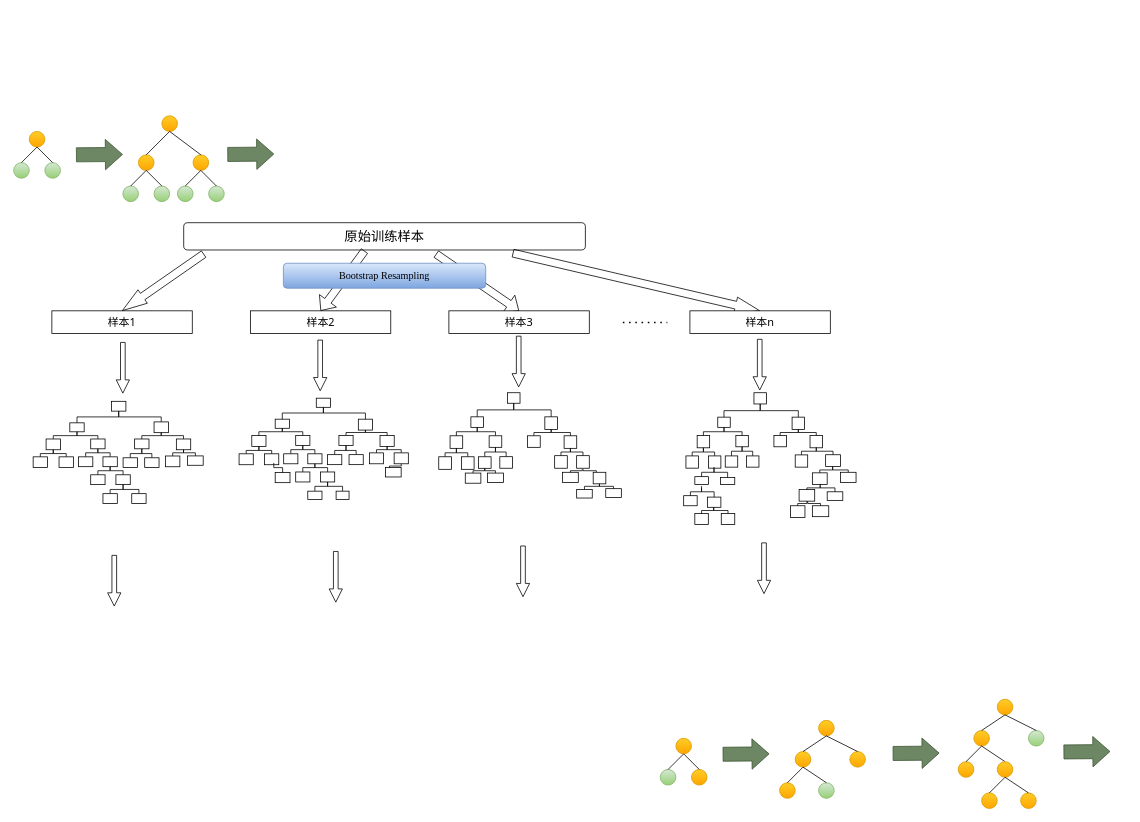
Before: tree_growth.drawio in ch725/Homework, a draw.io diagram. Source tidied: cells renumbered, new cells numbered last; positions are measured from the earlier drawing's top-left corner, leaving out a move shared by most shapes. Both pictures are drawn from the tidied source at 78%, with x=0, y=0 at pixel (13, 115).
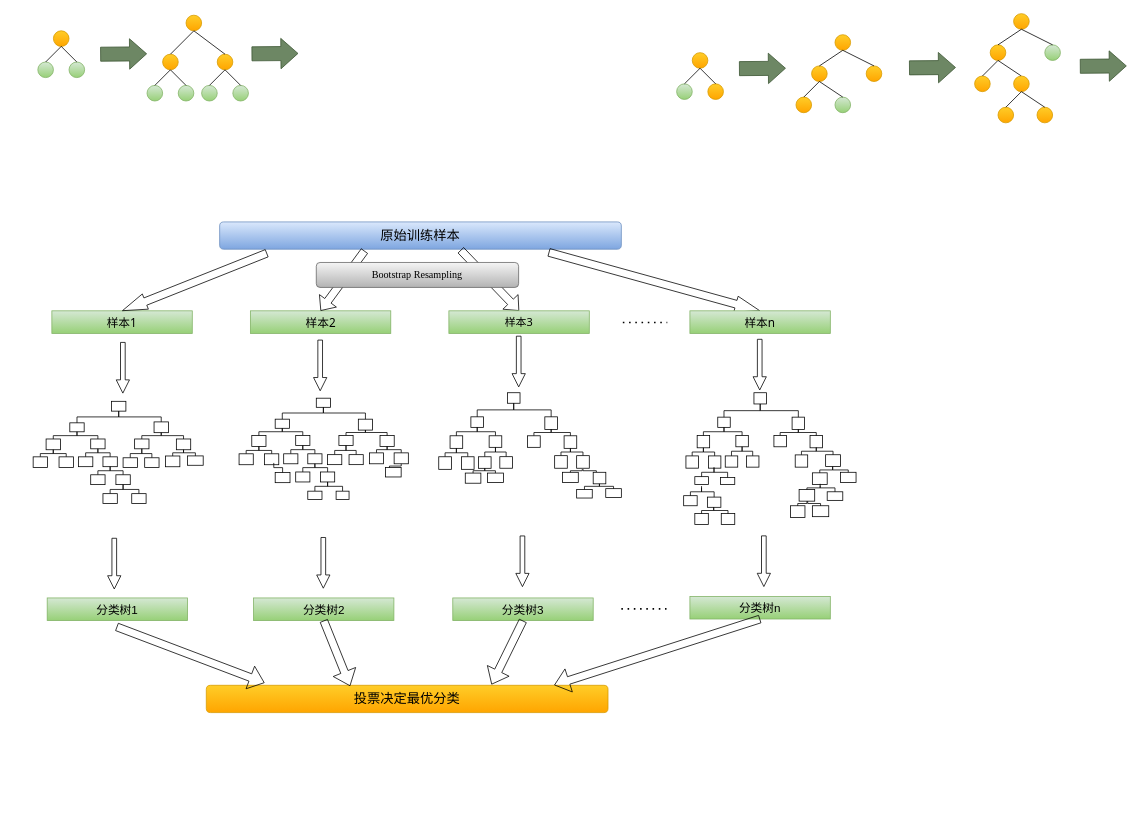
After the change.

Unchanged cells that the change refers to:
```xml
<mxCell id="186" style="group;" parent="1" vertex="1">
  <mxGeometry x="848" y="354" width="227" height="246" as="geometry" />
</mxCell>
```

Change to the diagram source:
```diff
@@
     <mxCell id="2" style="ellipse;whiteSpace=wrap;html=1;fillColor=#ffcd28;strokeColor=#d79b00;gradientColor=#ffa500;" parent="1" vertex="1">
-      <mxGeometry x="20" y="20" width="20" height="20" as="geometry" />
+      <mxGeometry x="51" y="-109" width="20" height="20" as="geometry" />
     </mxCell>
     <mxCell id="3" style="ellipse;whiteSpace=wrap;html=1;fillColor=#d5e8d4;strokeColor=#82b366;gradientColor=#97d077;" parent="1" vertex="1">
-      <mxGeometry y="60" width="20" height="20" as="geometry" />
+      <mxGeometry x="31" y="-69" width="20" height="20" as="geometry" />
     </mxCell>
     <mxCell id="4" style="ellipse;whiteSpace=wrap;html=1;fillColor=#d5e8d4;strokeColor=#82b366;gradientColor=#97d077;" parent="1" vertex="1">
-      <mxGeometry x="40" y="60" width="20" height="20" as="geometry" />
+      <mxGeometry x="71" y="-69" width="20" height="20" as="geometry" />
     </mxCell>
@@
     <mxCell id="7" style="ellipse;whiteSpace=wrap;html=1;fillColor=#ffcd28;strokeColor=#d79b00;gradientColor=#ffa500;" parent="1" vertex="1">
-      <mxGeometry x="190" width="20" height="20" as="geometry" />
+      <mxGeometry x="221" y="-129" width="20" height="20" as="geometry" />
     </mxCell>
     <mxCell id="8" style="ellipse;whiteSpace=wrap;html=1;fillColor=#ffcd28;strokeColor=#d79b00;gradientColor=#ffa500;" parent="1" vertex="1">
-      <mxGeometry x="230" y="50" width="20" height="20" as="geometry" />
+      <mxGeometry x="261" y="-79" width="20" height="20" as="geometry" />
     </mxCell>
     <mxCell id="9" style="ellipse;whiteSpace=wrap;html=1;fillColor=#ffcd28;strokeColor=#d79b00;gradientColor=#ffa500;" parent="1" vertex="1">
-      <mxGeometry x="160" y="50" width="20" height="20" as="geometry" />
+      <mxGeometry x="191" y="-79" width="20" height="20" as="geometry" />
     </mxCell>
     <mxCell id="10" style="ellipse;whiteSpace=wrap;html=1;fillColor=#d5e8d4;strokeColor=#82b366;gradientColor=#97d077;" parent="1" vertex="1">
-      <mxGeometry x="140" y="90" width="20" height="20" as="geometry" />
+      <mxGeometry x="171" y="-39" width="20" height="20" as="geometry" />
     </mxCell>
     <mxCell id="11" style="ellipse;whiteSpace=wrap;html=1;fillColor=#d5e8d4;strokeColor=#82b366;gradientColor=#97d077;" parent="1" vertex="1">
-      <mxGeometry x="180" y="90" width="20" height="20" as="geometry" />
+      <mxGeometry x="211" y="-39" width="20" height="20" as="geometry" />
     </mxCell>
     <mxCell id="12" style="ellipse;whiteSpace=wrap;html=1;fillColor=#d5e8d4;strokeColor=#82b366;gradientColor=#97d077;" parent="1" vertex="1">
-      <mxGeometry x="210" y="90" width="20" height="20" as="geometry" />
+      <mxGeometry x="241" y="-39" width="20" height="20" as="geometry" />
     </mxCell>
     <mxCell id="13" style="ellipse;whiteSpace=wrap;html=1;fillColor=#d5e8d4;strokeColor=#82b366;gradientColor=#97d077;" parent="1" vertex="1">
-      <mxGeometry x="250" y="90" width="20" height="20" as="geometry" />
+      <mxGeometry x="281" y="-39" width="20" height="20" as="geometry" />
     </mxCell>
@@
     <mxCell id="20" style="shape=flexArrow;endArrow=classic;html=1;width=18;endSize=6.97;fillColor=#6d8764;strokeColor=#3A5431;" parent="1" edge="1">
       <mxGeometry relative="1" as="geometry">
-        <mxPoint x="274" y="49.5" as="sourcePoint" />
-        <mxPoint x="334" y="49" as="targetPoint" />
+        <mxPoint x="305" y="-79.5" as="sourcePoint" />
+        <mxPoint x="365" y="-80" as="targetPoint" />
       </mxGeometry>
     </mxCell>
     <mxCell id="21" style="shape=flexArrow;endArrow=classic;html=1;width=18;endSize=6.97;fillColor=#6d8764;strokeColor=#3A5431;" parent="1" edge="1">
       <mxGeometry relative="1" as="geometry">
-        <mxPoint x="80" y="50" as="sourcePoint" />
-        <mxPoint x="140" y="49.5" as="targetPoint" />
+        <mxPoint x="111" y="-79" as="sourcePoint" />
+        <mxPoint x="171" y="-79.5" as="targetPoint" />
       </mxGeometry>
     </mxCell>
     <mxCell id="22" style="ellipse;whiteSpace=wrap;html=1;fillColor=#ffcd28;strokeColor=#d79b00;gradientColor=#ffa500;" parent="1" vertex="1">
-      <mxGeometry x="849" y="798" width="20" height="20" as="geometry" />
+      <mxGeometry x="870" y="-81" width="20" height="20" as="geometry" />
     </mxCell>
     <mxCell id="23" style="ellipse;whiteSpace=wrap;html=1;fillColor=#d5e8d4;strokeColor=#82b366;gradientColor=#97d077;" parent="1" vertex="1">
-      <mxGeometry x="829" y="838" width="20" height="20" as="geometry" />
+      <mxGeometry x="850" y="-41" width="20" height="20" as="geometry" />
     </mxCell>
     <mxCell id="24" style="ellipse;whiteSpace=wrap;html=1;fillColor=#ffcd28;strokeColor=#d79b00;gradientColor=#ffa500;" parent="1" vertex="1">
-      <mxGeometry x="869" y="838" width="20" height="20" as="geometry" />
+      <mxGeometry x="890" y="-41" width="20" height="20" as="geometry" />
     </mxCell>
@@
     <mxCell id="27" style="ellipse;whiteSpace=wrap;html=1;fillColor=#ffcd28;strokeColor=#d79b00;gradientColor=#ffa500;" parent="1" vertex="1">
-      <mxGeometry x="1032" y="775" width="20" height="20" as="geometry" />
+      <mxGeometry x="1053" y="-104" width="20" height="20" as="geometry" />
     </mxCell>
     <mxCell id="28" style="ellipse;whiteSpace=wrap;html=1;fillColor=#ffcd28;strokeColor=#d79b00;gradientColor=#ffa500;" parent="1" vertex="1">
-      <mxGeometry x="1072" y="815" width="20" height="20" as="geometry" />
+      <mxGeometry x="1093" y="-64" width="20" height="20" as="geometry" />
     </mxCell>
     <mxCell id="29" style="ellipse;whiteSpace=wrap;html=1;fillColor=#ffcd28;strokeColor=#d79b00;gradientColor=#ffa500;" parent="1" vertex="1">
-      <mxGeometry x="1002" y="815" width="20" height="20" as="geometry" />
+      <mxGeometry x="1023" y="-64" width="20" height="20" as="geometry" />
     </mxCell>
     <mxCell id="30" style="ellipse;whiteSpace=wrap;html=1;fillColor=#ffcd28;strokeColor=#d79b00;gradientColor=#ffa500;" parent="1" vertex="1">
-      <mxGeometry x="982" y="855" width="20" height="20" as="geometry" />
+      <mxGeometry x="1003" y="-24" width="20" height="20" as="geometry" />
     </mxCell>
     <mxCell id="31" style="ellipse;whiteSpace=wrap;html=1;fillColor=#d5e8d4;strokeColor=#82b366;gradientColor=#97d077;" parent="1" vertex="1">
-      <mxGeometry x="1032" y="855" width="20" height="20" as="geometry" />
+      <mxGeometry x="1053" y="-24" width="20" height="20" as="geometry" />
     </mxCell>
@@
     <mxCell id="36" style="ellipse;whiteSpace=wrap;html=1;fillColor=#ffcd28;strokeColor=#d79b00;gradientColor=#ffa500;" parent="1" vertex="1">
-      <mxGeometry x="1261" y="748" width="20" height="20" as="geometry" />
+      <mxGeometry x="1282" y="-131" width="20" height="20" as="geometry" />
     </mxCell>
     <mxCell id="37" style="ellipse;fillColor=#d5e8d4;strokeColor=#82b366;gradientColor=#97d077;html=1;whiteSpace=wrap;" parent="1" vertex="1">
-      <mxGeometry x="1301" y="788" width="20" height="20" as="geometry" />
+      <mxGeometry x="1322" y="-91" width="20" height="20" as="geometry" />
     </mxCell>
     <mxCell id="38" style="ellipse;whiteSpace=wrap;html=1;fillColor=#ffcd28;strokeColor=#d79b00;gradientColor=#ffa500;" parent="1" vertex="1">
-      <mxGeometry x="1231" y="788" width="20" height="20" as="geometry" />
+      <mxGeometry x="1252" y="-91" width="20" height="20" as="geometry" />
     </mxCell>
     <mxCell id="39" style="ellipse;whiteSpace=wrap;html=1;fillColor=#ffcd28;strokeColor=#d79b00;gradientColor=#ffa500;" parent="1" vertex="1">
-      <mxGeometry x="1211" y="828" width="20" height="20" as="geometry" />
+      <mxGeometry x="1232" y="-51" width="20" height="20" as="geometry" />
     </mxCell>
@@
     <mxCell id="44" style="ellipse;whiteSpace=wrap;html=1;fillColor=#ffcd28;strokeColor=#d79b00;gradientColor=#ffa500;" parent="1" vertex="1">
-      <mxGeometry x="1261" y="828" width="20" height="20" as="geometry" />
+      <mxGeometry x="1282" y="-51" width="20" height="20" as="geometry" />
     </mxCell>
     <mxCell id="45" style="ellipse;whiteSpace=wrap;html=1;fillColor=#ffcd28;strokeColor=#d79b00;gradientColor=#ffa500;" parent="1" vertex="1">
-      <mxGeometry x="1241" y="868" width="20" height="20" as="geometry" />
+      <mxGeometry x="1262" y="-11" width="20" height="20" as="geometry" />
     </mxCell>
     <mxCell id="46" style="ellipse;whiteSpace=wrap;html=1;fillColor=#ffcd28;strokeColor=#d79b00;gradientColor=#ffa500;" parent="1" vertex="1">
-      <mxGeometry x="1291" y="868" width="20" height="20" as="geometry" />
+      <mxGeometry x="1312" y="-11" width="20" height="20" as="geometry" />
     </mxCell>
@@
     <mxCell id="49" style="shape=flexArrow;endArrow=classic;html=1;width=18;endSize=6.97;fillColor=#6d8764;strokeColor=#3A5431;" parent="1" edge="1">
       <mxGeometry relative="1" as="geometry">
-        <mxPoint x="909" y="818.5" as="sourcePoint" />
-        <mxPoint x="969" y="818" as="targetPoint" />
+        <mxPoint x="930" y="-60.5" as="sourcePoint" />
+        <mxPoint x="990" y="-61" as="targetPoint" />
       </mxGeometry>
     </mxCell>
     <mxCell id="50" style="shape=flexArrow;endArrow=classic;html=1;width=18;endSize=6.97;fillColor=#6d8764;strokeColor=#3A5431;" parent="1" edge="1">
       <mxGeometry relative="1" as="geometry">
-        <mxPoint x="1127" y="817.5" as="sourcePoint" />
-        <mxPoint x="1187" y="817" as="targetPoint" />
+        <mxPoint x="1148" y="-61.5" as="sourcePoint" />
+        <mxPoint x="1208" y="-62" as="targetPoint" />
       </mxGeometry>
     </mxCell>
     <mxCell id="51" style="shape=flexArrow;endArrow=classic;html=1;width=18;endSize=6.97;fillColor=#6d8764;strokeColor=#3A5431;" parent="1" edge="1">
       <mxGeometry relative="1" as="geometry">
-        <mxPoint x="1346" y="815.5" as="sourcePoint" />
-        <mxPoint x="1406" y="815" as="targetPoint" />
+        <mxPoint x="1367" y="-63.5" as="sourcePoint" />
+        <mxPoint x="1427" y="-64" as="targetPoint" />
       </mxGeometry>
     </mxCell>
-    <mxCell id="52" value="&lt;font face=&quot;Tahoma&quot; style=&quot;font-size: 17px&quot;&gt;原始训练样本&lt;/font&gt;" style="rounded=1;whiteSpace=wrap;html=1;fontColor=#000000;" parent="1" vertex="1">
-      <mxGeometry x="218" y="137" width="515" height="35" as="geometry" />
+    <mxCell id="52" value="&lt;font face=&quot;Tahoma&quot; style=&quot;font-size: 17px&quot;&gt;原始训练样本&lt;/font&gt;" style="rounded=1;whiteSpace=wrap;html=1;gradientColor=#7ea6e0;fillColor=#dae8fc;strokeColor=#6c8ebf;" parent="1" vertex="1">
+      <mxGeometry x="264.1" y="136" width="515" height="35" as="geometry" />
     </mxCell>
-    <mxCell id="53" value="&lt;font face=&quot;Tahoma&quot; style=&quot;font-size: 14px&quot;&gt;样本1&lt;/font&gt;" style="rounded=0;whiteSpace=wrap;html=1;fontColor=#000000;" parent="1" vertex="1">
+    <mxCell id="53" value="&lt;font face=&quot;Tahoma&quot; style=&quot;font-size: 15px&quot;&gt;样本1&lt;/font&gt;" style="rounded=0;whiteSpace=wrap;html=1;gradientColor=#97d077;fillColor=#d5e8d4;strokeColor=#82b366;" parent="1" vertex="1">
       <mxGeometry x="49" y="250" width="180" height="29" as="geometry" />
     </mxCell>
-    <mxCell id="54" value="&lt;font face=&quot;Tahoma&quot; style=&quot;font-size: 14px&quot;&gt;样本2&lt;/font&gt;" style="rounded=0;whiteSpace=wrap;html=1;fontColor=#000000;" parent="1" vertex="1">
+    <mxCell id="54" value="&lt;font face=&quot;Tahoma&quot; style=&quot;font-size: 15px&quot;&gt;样本2&lt;/font&gt;" style="rounded=0;whiteSpace=wrap;html=1;gradientColor=#97d077;fillColor=#d5e8d4;strokeColor=#82b366;" parent="1" vertex="1">
       <mxGeometry x="303.5" y="250" width="180" height="29" as="geometry" />
     </mxCell>
-    <mxCell id="55" style="shape=flexArrow;endArrow=classic;html=1;fontColor=#000000;entryX=0.5;entryY=0;entryDx=0;entryDy=0;endWidth=10;endSize=10.21;" parent="1" edge="1" target="53">
-      <mxGeometry relative="1" as="geometry">
-        <mxPoint x="244" y="177" as="sourcePoint" />
-      </mxGeometry>
+    <mxCell id="55" style="shape=flexArrow;endArrow=classic;html=1;fontColor=#000000;entryX=0.5;entryY=0;entryDx=0;entryDy=0;endWidth=10;endSize=10.21;exitX=0.118;exitY=1.143;exitDx=0;exitDy=0;exitPerimeter=0;" parent="1" edge="1" source="52" target="53">
+      <mxGeometry relative="1" as="geometry" />
     </mxCell>
@@
-    <mxCell id="57" style="shape=flexArrow;endArrow=classic;html=1;fontColor=#000000;entryX=0.5;entryY=0;entryDx=0;entryDy=0;endWidth=16;endSize=4.8;exitX=0.628;exitY=1.143;exitDx=0;exitDy=0;exitPerimeter=0;" parent="1" edge="1" source="52" target="64">
-      <mxGeometry relative="1" as="geometry" />
+    <mxCell id="57" style="shape=flexArrow;endArrow=classic;html=1;fontColor=#000000;entryX=0.5;entryY=0;entryDx=0;entryDy=0;endWidth=16;endSize=4.8;" parent="1" edge="1" target="64">
+      <mxGeometry relative="1" as="geometry">
+        <mxPoint x="573" y="172" as="sourcePoint" />
+      </mxGeometry>
     </mxCell>
@@
-    <mxCell id="62" value="&lt;font face=&quot;Times New Roman&quot; style=&quot;font-size: 13px&quot;&gt;Bootstrap Resampling&lt;/font&gt;" style="rounded=1;whiteSpace=wrap;html=1;gradientColor=#7ea6e0;fillColor=#dae8fc;strokeColor=#6c8ebf;" parent="1" vertex="1">
-      <mxGeometry x="345.8" y="189" width="259.4" height="32" as="geometry" />
-    </mxCell>
@@
-    <mxCell id="64" value="&lt;font face=&quot;Tahoma&quot; style=&quot;font-size: 14px&quot;&gt;样本3&lt;/font&gt;" style="rounded=0;whiteSpace=wrap;html=1;fontColor=#000000;" parent="1" vertex="1">
+    <mxCell id="64" value="&lt;font face=&quot;Tahoma&quot; style=&quot;font-size: 14px&quot;&gt;样本3&lt;/font&gt;" style="rounded=0;whiteSpace=wrap;html=1;gradientColor=#97d077;fillColor=#d5e8d4;strokeColor=#82b366;" parent="1" vertex="1">
       <mxGeometry x="558" y="250" width="180" height="29" as="geometry" />
     </mxCell>
-    <mxCell id="65" value="&lt;font face=&quot;Tahoma&quot; style=&quot;font-size: 14px&quot;&gt;样本n&lt;/font&gt;" style="rounded=0;whiteSpace=wrap;html=1;fontColor=#000000;" parent="1" vertex="1">
+    <mxCell id="65" value="&lt;font face=&quot;Tahoma&quot; style=&quot;font-size: 15px&quot;&gt;样本n&lt;/font&gt;" style="rounded=0;whiteSpace=wrap;html=1;gradientColor=#97d077;fillColor=#d5e8d4;strokeColor=#82b366;" parent="1" vertex="1">
       <mxGeometry x="867" y="250" width="180" height="29" as="geometry" />
     </mxCell>
@@
     <mxCell id="229" style="shape=flexArrow;endArrow=classic;html=1;fontColor=#000000;width=6;endSize=5.33;endWidth=10;" parent="186" edge="1">
       <mxGeometry relative="1" as="geometry">
-        <mxPoint x="114" y="193" as="sourcePoint" />
-        <mxPoint x="114" y="259" as="targetPoint" />
+        <mxPoint x="113.8" y="184" as="sourcePoint" />
+        <mxPoint x="113.8" y="250" as="targetPoint" />
       </mxGeometry>
     </mxCell>
@@
     <mxCell id="240" style="shape=flexArrow;endArrow=classic;html=1;fontColor=#000000;width=6;endSize=5.33;endWidth=10;" parent="1" edge="1">
       <mxGeometry relative="1" as="geometry">
-        <mxPoint x="129" y="563" as="sourcePoint" />
-        <mxPoint x="129" y="629" as="targetPoint" />
+        <mxPoint x="129" y="541.1" as="sourcePoint" />
+        <mxPoint x="129" y="607.1" as="targetPoint" />
       </mxGeometry>
     </mxCell>
     <mxCell id="241" style="shape=flexArrow;endArrow=classic;html=1;fontColor=#000000;width=6;endSize=5.33;endWidth=10;" parent="1" edge="1">
       <mxGeometry relative="1" as="geometry">
-        <mxPoint x="413" y="558" as="sourcePoint" />
-        <mxPoint x="413" y="624" as="targetPoint" />
+        <mxPoint x="397" y="540.1" as="sourcePoint" />
+        <mxPoint x="397" y="606.1" as="targetPoint" />
       </mxGeometry>
     </mxCell>
     <mxCell id="242" style="shape=flexArrow;endArrow=classic;html=1;fontColor=#000000;width=6;endSize=5.33;endWidth=10;" parent="1" edge="1">
       <mxGeometry relative="1" as="geometry">
-        <mxPoint x="653" y="551" as="sourcePoint" />
-        <mxPoint x="653" y="617" as="targetPoint" />
+        <mxPoint x="652.3" y="538.1" as="sourcePoint" />
+        <mxPoint x="652.3" y="604.1" as="targetPoint" />
       </mxGeometry>
     </mxCell>
+    <mxCell id="243" value="&lt;font style=&quot;font-size: 15px&quot;&gt;分类树1&lt;/font&gt;" style="rounded=0;whiteSpace=wrap;html=1;gradientColor=#97d077;fillColor=#d5e8d4;strokeColor=#82b366;" parent="1" vertex="1">
+      <mxGeometry x="43" y="618.1" width="180" height="29" as="geometry" />
+    </mxCell>
+    <mxCell id="244" value="&lt;font style=&quot;font-size: 15px&quot;&gt;分类树2&lt;/font&gt;" style="rounded=0;whiteSpace=wrap;html=1;gradientColor=#97d077;fillColor=#d5e8d4;strokeColor=#82b366;" parent="1" vertex="1">
+      <mxGeometry x="307.5" y="618.1" width="180" height="29" as="geometry" />
+    </mxCell>
+    <mxCell id="245" value="&lt;font style=&quot;font-size: 15px&quot;&gt;分类树3&lt;/font&gt;" style="rounded=0;whiteSpace=wrap;html=1;gradientColor=#97d077;fillColor=#d5e8d4;strokeColor=#82b366;" parent="1" vertex="1">
+      <mxGeometry x="563" y="618.1" width="180" height="29" as="geometry" />
+    </mxCell>
+    <mxCell id="246" value="&lt;font style=&quot;font-size: 15px&quot;&gt;分类树n&lt;/font&gt;" style="rounded=0;whiteSpace=wrap;html=1;gradientColor=#97d077;fillColor=#d5e8d4;strokeColor=#82b366;" parent="1" vertex="1">
+      <mxGeometry x="867" y="616.1" width="180" height="29" as="geometry" />
+    </mxCell>
+    <mxCell id="247" value="&lt;font style=&quot;font-size: 17px&quot;&gt;投票决定最优分类&lt;/font&gt;" style="rounded=1;whiteSpace=wrap;html=1;gradientColor=#ffa500;fillColor=#ffcd28;strokeColor=#d79b00;" parent="1" vertex="1">
+      <mxGeometry x="247" y="730.1" width="515" height="35" as="geometry" />
+    </mxCell>
+    <mxCell id="248" style="shape=flexArrow;endArrow=classic;html=1;entryX=0.145;entryY=-0.09;entryDx=0;entryDy=0;entryPerimeter=0;" parent="1" edge="1" target="247">
+      <mxGeometry relative="1" as="geometry">
+        <mxPoint x="132" y="655.1" as="sourcePoint" />
+      </mxGeometry>
+    </mxCell>
+    <mxCell id="249" style="shape=flexArrow;endArrow=classic;html=1;exitX=0.5;exitY=1;exitDx=0;exitDy=0;entryX=0.358;entryY=0.029;entryDx=0;entryDy=0;entryPerimeter=0;" parent="1" edge="1" source="244" target="247">
+      <mxGeometry relative="1" as="geometry" />
+    </mxCell>
+    <mxCell id="250" style="shape=flexArrow;endArrow=classic;html=1;exitX=0.5;exitY=1;exitDx=0;exitDy=0;entryX=0.71;entryY=-0.029;entryDx=0;entryDy=0;entryPerimeter=0;" parent="1" edge="1" source="245" target="247">
+      <mxGeometry relative="1" as="geometry" />
+    </mxCell>
+    <mxCell id="251" style="shape=flexArrow;endArrow=classic;html=1;exitX=0.5;exitY=1;exitDx=0;exitDy=0;entryX=0.866;entryY=-0.008;entryDx=0;entryDy=0;entryPerimeter=0;" parent="1" edge="1" source="246" target="247">
+      <mxGeometry relative="1" as="geometry" />
+    </mxCell>
+    <mxCell id="62" value="&lt;font face=&quot;Times New Roman&quot; style=&quot;font-size: 13px&quot;&gt;Bootstrap Resampling&lt;/font&gt;" style="rounded=1;whiteSpace=wrap;html=1;gradientColor=#b3b3b3;fillColor=#f5f5f5;strokeColor=#666666;" parent="1" vertex="1">
+      <mxGeometry x="388" y="188" width="259.4" height="32" as="geometry" />
+    </mxCell>
+    <mxCell id="252" style="endArrow=none;dashed=1;html=1;dashPattern=1 3;strokeWidth=2;" parent="1" edge="1">
+      <mxGeometry relative="1" as="geometry">
+        <mxPoint x="779.1" y="632.1" as="sourcePoint" />
+        <mxPoint x="837" y="632.1" as="targetPoint" />
+      </mxGeometry>
+    </mxCell>
```
